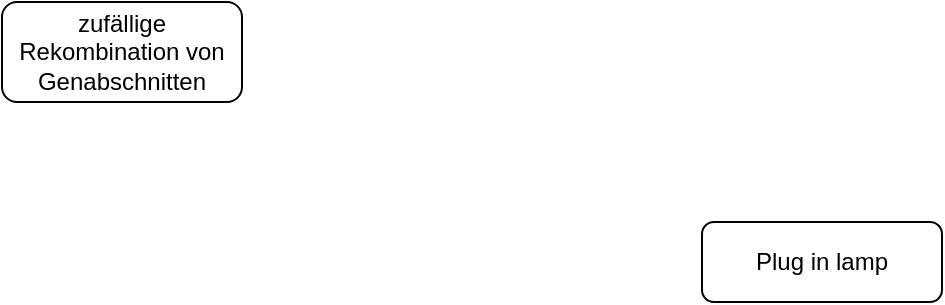
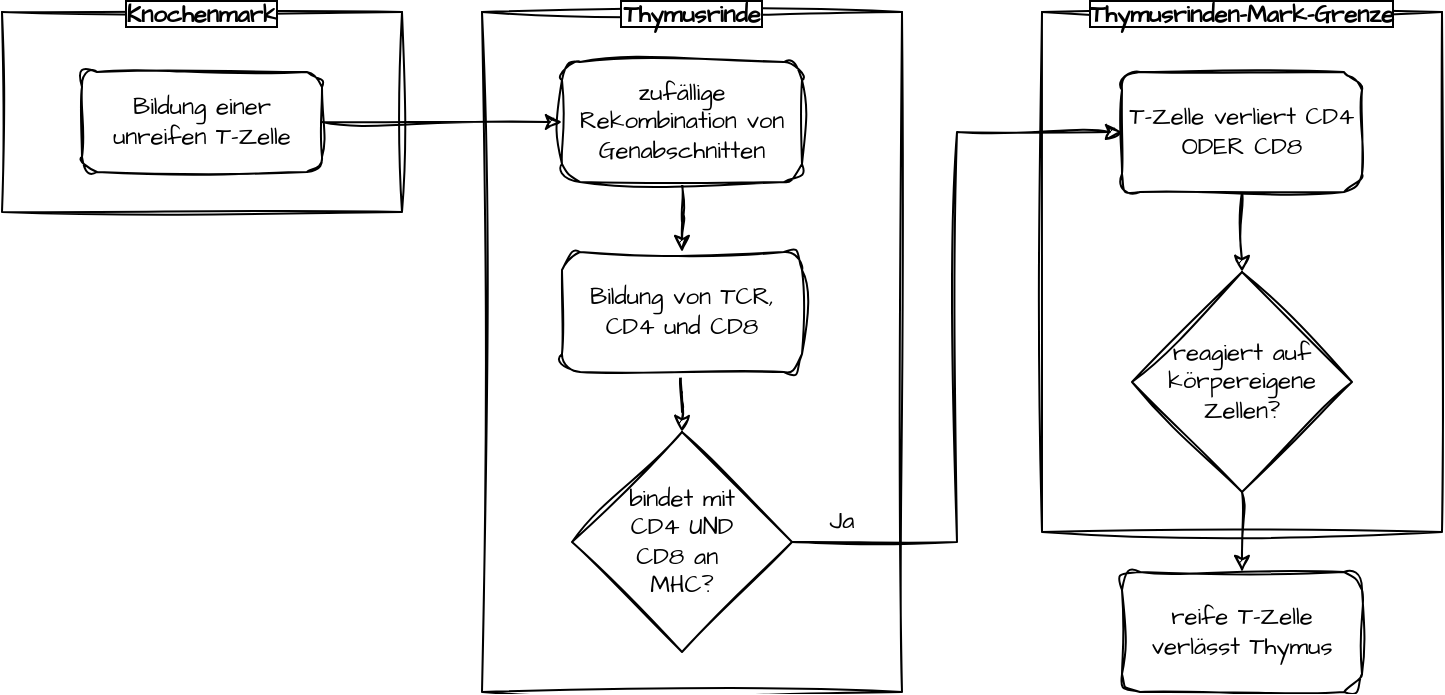
<mxfile host="app.diagrams.net">
  <diagram id="C5RBs43oDa-KdzZeNtuy" name="Page-1">
-     <mxGraphModel dx="845" dy="524" grid="1" gridSize="10" guides="1" tooltips="1" connect="1" arrows="1" fold="1" page="1" pageScale="1" pageWidth="827" pageHeight="1169" math="0" shadow="0">
+     <mxGraphModel dx="1014" dy="629" grid="1" gridSize="10" guides="1" tooltips="1" connect="1" arrows="1" fold="1" page="1" pageScale="1" pageWidth="827" pageHeight="1169" math="0" shadow="0">
      <root>
        <mxCell id="WIyWlLk6GJQsqaUBKTNV-0" />
        <mxCell id="WIyWlLk6GJQsqaUBKTNV-1" parent="WIyWlLk6GJQsqaUBKTNV-0" />
-         <mxCell id="WIyWlLk6GJQsqaUBKTNV-3" parent="WIyWlLk6GJQsqaUBKTNV-1" style="rounded=1;whiteSpace=wrap;html=1;fontSize=12;glass=0;strokeWidth=1;shadow=0;" value="&lt;div&gt;zufällige Rekombination von Genabschnitten&lt;/div&gt;" vertex="1">
-           <mxGeometry height="50" width="120" x="160" y="80" as="geometry" />
+         <mxCell id="0y22p1n6dgOg2PWJ4gCL-2" parent="WIyWlLk6GJQsqaUBKTNV-1" style="swimlane;startSize=0;sketch=1;hachureGap=4;jiggle=2;curveFitting=1;fontFamily=Architects Daughter;fontSource=https%3A%2F%2Ffonts.googleapis.com%2Fcss%3Ffamily%3DArchitects%2BDaughter;labelBackgroundColor=#FFFFFF;labelBorderColor=default;" value="Thymusrinde" vertex="1">
+           <mxGeometry height="340" width="210" x="280" y="90" as="geometry">
+             <mxRectangle height="40" width="50" x="270" y="170" as="alternateBounds" />
+           </mxGeometry>
        </mxCell>
-         <mxCell id="WIyWlLk6GJQsqaUBKTNV-7" parent="WIyWlLk6GJQsqaUBKTNV-1" style="rounded=1;whiteSpace=wrap;html=1;fontSize=12;glass=0;strokeWidth=1;shadow=0;" value="Plug in lamp" vertex="1">
-           <mxGeometry height="40" width="120" x="510" y="190" as="geometry" />
+         <mxCell id="0y22p1n6dgOg2PWJ4gCL-10" edge="1" parent="0y22p1n6dgOg2PWJ4gCL-2" source="0y22p1n6dgOg2PWJ4gCL-1" style="edgeStyle=orthogonalEdgeStyle;rounded=0;sketch=1;hachureGap=4;jiggle=2;curveFitting=1;orthogonalLoop=1;jettySize=auto;html=1;entryX=0.5;entryY=0;entryDx=0;entryDy=0;fontFamily=Architects Daughter;fontSource=https%3A%2F%2Ffonts.googleapis.com%2Fcss%3Ffamily%3DArchitects%2BDaughter;" target="0y22p1n6dgOg2PWJ4gCL-9">
+           <mxGeometry relative="1" as="geometry" />
+         </mxCell>
+         <mxCell id="0y22p1n6dgOg2PWJ4gCL-1" parent="0y22p1n6dgOg2PWJ4gCL-2" style="rounded=1;whiteSpace=wrap;html=1;sketch=1;hachureGap=4;jiggle=2;curveFitting=1;fontFamily=Architects Daughter;fontSource=https%3A%2F%2Ffonts.googleapis.com%2Fcss%3Ffamily%3DArchitects%2BDaughter;" value="&lt;div&gt;zufällige Rekombination von Genabschnitten&lt;/div&gt;" vertex="1">
+           <mxGeometry height="60" width="120" x="40" y="25" as="geometry" />
+         </mxCell>
+         <mxCell id="0y22p1n6dgOg2PWJ4gCL-14" edge="1" parent="0y22p1n6dgOg2PWJ4gCL-2" source="0y22p1n6dgOg2PWJ4gCL-9" style="edgeStyle=orthogonalEdgeStyle;rounded=0;sketch=1;hachureGap=4;jiggle=2;curveFitting=1;orthogonalLoop=1;jettySize=auto;html=1;entryX=0.5;entryY=0;entryDx=0;entryDy=0;fontFamily=Architects Daughter;fontSource=https%3A%2F%2Ffonts.googleapis.com%2Fcss%3Ffamily%3DArchitects%2BDaughter;" target="0y22p1n6dgOg2PWJ4gCL-13">
+           <mxGeometry relative="1" as="geometry" />
+         </mxCell>
+         <mxCell id="0y22p1n6dgOg2PWJ4gCL-9" parent="0y22p1n6dgOg2PWJ4gCL-2" style="rounded=1;whiteSpace=wrap;html=1;sketch=1;hachureGap=4;jiggle=2;curveFitting=1;fontFamily=Architects Daughter;fontSource=https://fonts.googleapis.com/css?family=Architects+Daughter;" value="Bildung von TCR, CD4 und CD8" vertex="1">
+           <mxGeometry height="60" width="120" x="40" y="120" as="geometry" />
+         </mxCell>
+         <mxCell id="0y22p1n6dgOg2PWJ4gCL-13" parent="0y22p1n6dgOg2PWJ4gCL-2" style="rhombus;whiteSpace=wrap;html=1;sketch=1;hachureGap=4;jiggle=2;curveFitting=1;fontFamily=Architects Daughter;fontSource=https%3A%2F%2Ffonts.googleapis.com%2Fcss%3Ffamily%3DArchitects%2BDaughter;" value="bindet mit&lt;br&gt;CD4 UND&lt;br&gt;CD8 an&amp;nbsp;&lt;br&gt;MHC?" vertex="1">
+           <mxGeometry height="110" width="110" x="45" y="210" as="geometry" />
+         </mxCell>
+         <mxCell id="0y22p1n6dgOg2PWJ4gCL-24" parent="0y22p1n6dgOg2PWJ4gCL-2" style="text;html=1;whiteSpace=wrap;strokeColor=none;fillColor=none;align=center;verticalAlign=middle;rounded=0;fontFamily=Architects Daughter;fontSource=https%3A%2F%2Ffonts.googleapis.com%2Fcss%3Ffamily%3DArchitects%2BDaughter;" value="Ja" vertex="1">
+           <mxGeometry height="30" width="60" x="150" y="240" as="geometry" />
+         </mxCell>
+         <mxCell id="0y22p1n6dgOg2PWJ4gCL-4" parent="WIyWlLk6GJQsqaUBKTNV-1" style="swimlane;startSize=0;sketch=1;hachureGap=4;jiggle=2;curveFitting=1;fontFamily=Architects Daughter;fontSource=https://fonts.googleapis.com/css?family=Architects+Daughter;labelBackgroundColor=#FFFFFF;labelBorderColor=default;" value="Knochenmark" vertex="1">
+           <mxGeometry height="100" width="200" x="40" y="90" as="geometry">
+             <mxRectangle height="40" width="50" x="270" y="170" as="alternateBounds" />
+           </mxGeometry>
+         </mxCell>
+         <mxCell id="0y22p1n6dgOg2PWJ4gCL-5" parent="0y22p1n6dgOg2PWJ4gCL-4" style="rounded=1;whiteSpace=wrap;html=1;sketch=1;hachureGap=4;jiggle=2;curveFitting=1;fontFamily=Architects Daughter;fontSource=https://fonts.googleapis.com/css?family=Architects+Daughter;" value="Bildung einer unreifen T-Zelle" vertex="1">
+           <mxGeometry height="50" width="120" x="40" y="30" as="geometry" />
+         </mxCell>
+         <mxCell id="0y22p1n6dgOg2PWJ4gCL-15" parent="WIyWlLk6GJQsqaUBKTNV-1" style="swimlane;startSize=0;sketch=1;hachureGap=4;jiggle=2;curveFitting=1;fontFamily=Architects Daughter;fontSource=https://fonts.googleapis.com/css?family=Architects+Daughter;labelBackgroundColor=#FFFFFF;labelBorderColor=default;" value="Thymusrinden-Mark-Grenze" vertex="1">
+           <mxGeometry height="260" width="200" x="560" y="90" as="geometry">
+             <mxRectangle height="40" width="50" x="270" y="170" as="alternateBounds" />
+           </mxGeometry>
+         </mxCell>
+         <mxCell id="0y22p1n6dgOg2PWJ4gCL-23" edge="1" parent="0y22p1n6dgOg2PWJ4gCL-15" source="0y22p1n6dgOg2PWJ4gCL-17" style="edgeStyle=orthogonalEdgeStyle;rounded=0;sketch=1;hachureGap=4;jiggle=2;curveFitting=1;orthogonalLoop=1;jettySize=auto;html=1;fontFamily=Architects Daughter;fontSource=https%3A%2F%2Ffonts.googleapis.com%2Fcss%3Ffamily%3DArchitects%2BDaughter;" target="0y22p1n6dgOg2PWJ4gCL-20">
+           <mxGeometry relative="1" as="geometry" />
+         </mxCell>
+         <mxCell id="0y22p1n6dgOg2PWJ4gCL-17" parent="0y22p1n6dgOg2PWJ4gCL-15" style="rounded=1;whiteSpace=wrap;html=1;sketch=1;hachureGap=4;jiggle=2;curveFitting=1;fontFamily=Architects Daughter;fontSource=https://fonts.googleapis.com/css?family=Architects+Daughter;" value="T-Zelle verliert CD4 ODER CD8" vertex="1">
+           <mxGeometry height="60" width="120" x="40" y="30" as="geometry" />
+         </mxCell>
+         <mxCell id="0y22p1n6dgOg2PWJ4gCL-20" parent="0y22p1n6dgOg2PWJ4gCL-15" style="rhombus;whiteSpace=wrap;html=1;sketch=1;hachureGap=4;jiggle=2;curveFitting=1;fontFamily=Architects Daughter;fontSource=https://fonts.googleapis.com/css?family=Architects+Daughter;" value="reagiert auf körpereigene&lt;br&gt;Zellen?" vertex="1">
+           <mxGeometry height="110" width="110" x="45" y="130" as="geometry" />
+         </mxCell>
+         <mxCell id="0y22p1n6dgOg2PWJ4gCL-21" edge="1" parent="WIyWlLk6GJQsqaUBKTNV-1" source="0y22p1n6dgOg2PWJ4gCL-5" style="edgeStyle=orthogonalEdgeStyle;rounded=0;sketch=1;hachureGap=4;jiggle=2;curveFitting=1;orthogonalLoop=1;jettySize=auto;html=1;entryX=0;entryY=0.5;entryDx=0;entryDy=0;fontFamily=Architects Daughter;fontSource=https%3A%2F%2Ffonts.googleapis.com%2Fcss%3Ffamily%3DArchitects%2BDaughter;" target="0y22p1n6dgOg2PWJ4gCL-1">
+           <mxGeometry relative="1" as="geometry" />
+         </mxCell>
+         <mxCell id="0y22p1n6dgOg2PWJ4gCL-22" edge="1" parent="WIyWlLk6GJQsqaUBKTNV-1" source="0y22p1n6dgOg2PWJ4gCL-13" style="edgeStyle=orthogonalEdgeStyle;rounded=0;sketch=1;hachureGap=4;jiggle=2;curveFitting=1;orthogonalLoop=1;jettySize=auto;html=1;entryX=0;entryY=0.5;entryDx=0;entryDy=0;fontFamily=Architects Daughter;fontSource=https%3A%2F%2Ffonts.googleapis.com%2Fcss%3Ffamily%3DArchitects%2BDaughter;" target="0y22p1n6dgOg2PWJ4gCL-17">
+           <mxGeometry relative="1" as="geometry" />
+         </mxCell>
+         <mxCell id="0y22p1n6dgOg2PWJ4gCL-25" parent="WIyWlLk6GJQsqaUBKTNV-1" style="rounded=1;whiteSpace=wrap;html=1;sketch=1;hachureGap=4;jiggle=2;curveFitting=1;fontFamily=Architects Daughter;fontSource=https%3A%2F%2Ffonts.googleapis.com%2Fcss%3Ffamily%3DArchitects%2BDaughter;" value="reife T-Zelle verlässt Thymus" vertex="1">
+           <mxGeometry height="60" width="120" x="600" y="370" as="geometry" />
+         </mxCell>
+         <mxCell id="0y22p1n6dgOg2PWJ4gCL-26" edge="1" parent="WIyWlLk6GJQsqaUBKTNV-1" source="0y22p1n6dgOg2PWJ4gCL-20" style="edgeStyle=orthogonalEdgeStyle;rounded=0;sketch=1;hachureGap=4;jiggle=2;curveFitting=1;orthogonalLoop=1;jettySize=auto;html=1;exitX=0.5;exitY=1;exitDx=0;exitDy=0;entryX=0.5;entryY=0;entryDx=0;entryDy=0;fontFamily=Architects Daughter;fontSource=https%3A%2F%2Ffonts.googleapis.com%2Fcss%3Ffamily%3DArchitects%2BDaughter;" target="0y22p1n6dgOg2PWJ4gCL-25">
+           <mxGeometry relative="1" as="geometry" />
        </mxCell>
      </root>
    </mxGraphModel>
  </diagram>
</mxfile>
